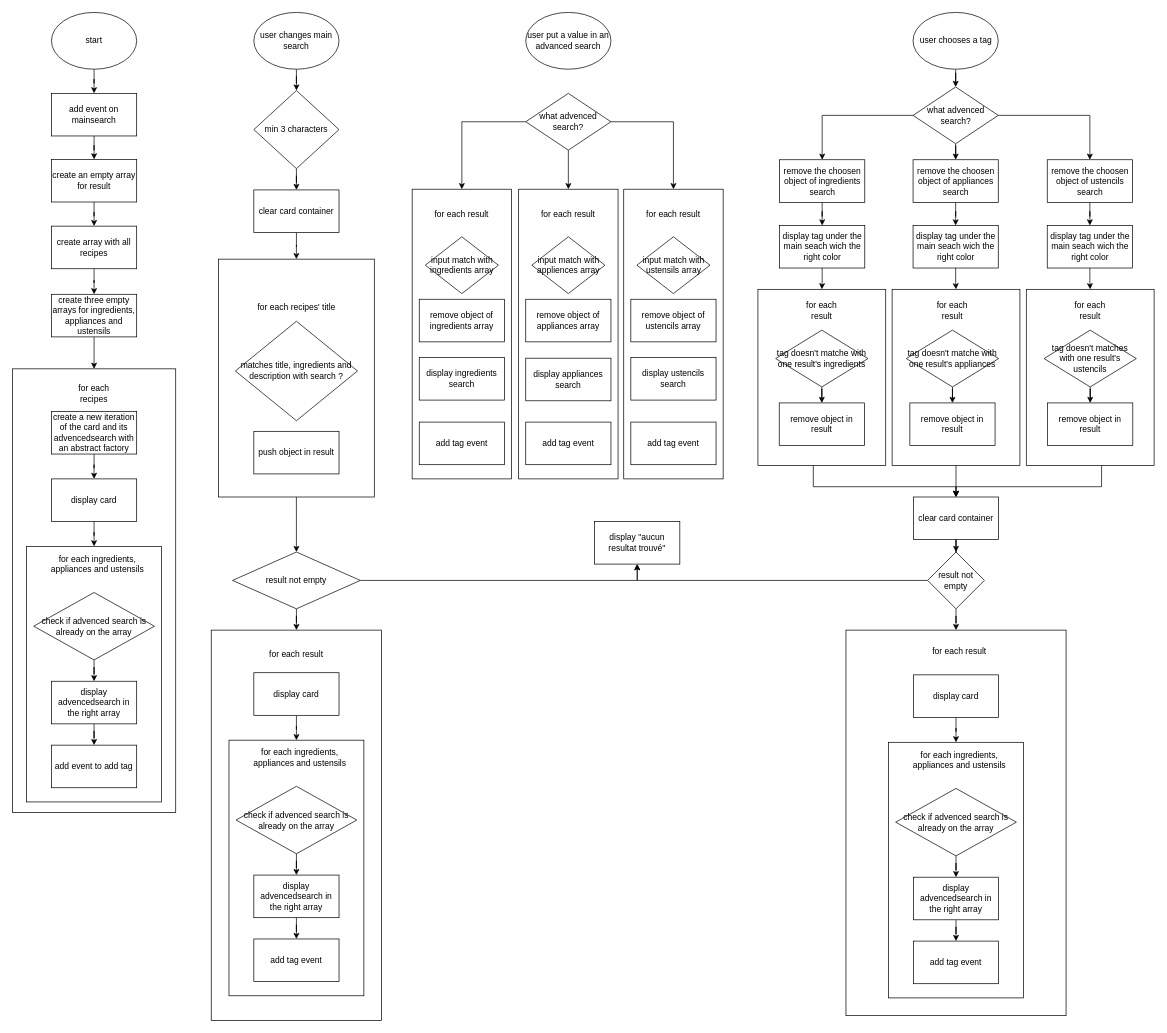
Earlier version of the draw.io diagram algorigramme programmation fonctionnelle.drawio (madelineGrammatico/Les_Petits_Plats). Source tidied: cells renumbered, new cells numbered last; positions are measured from the earlier drawing's top-left corner, leaving out a move shared by most shapes. Both pictures are drawn from the tidied source at 71%, with x=0, y=0 at pixel (12, 12).
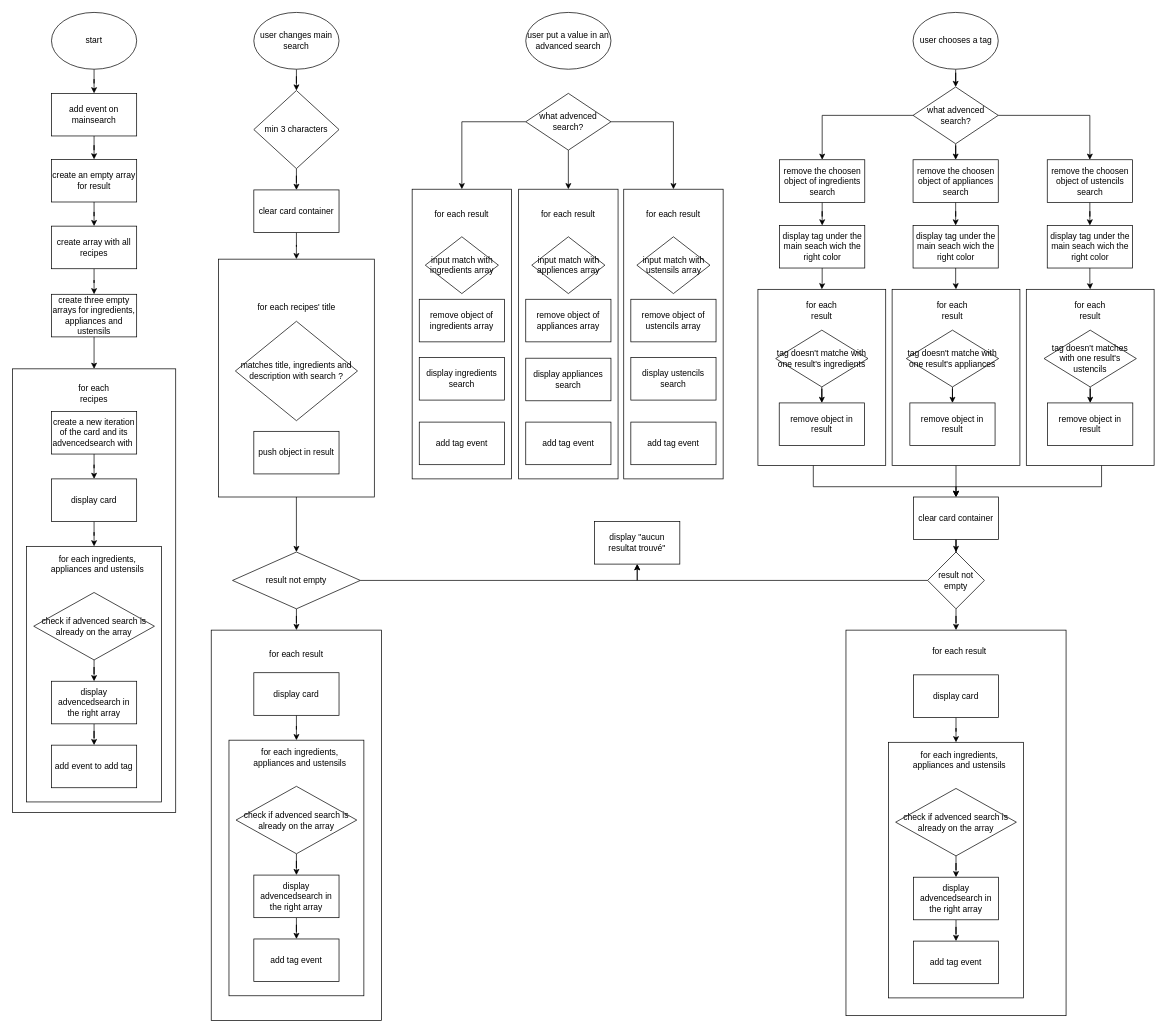
The same diagram, later.

Commit message:
Mettre à jour algorigramme programmation fonctionnelle.drawio

The edit, as a diff of the source:
```diff
@@
-    <mxCell id="12" value="create a new iteration of the card and its advencedsearch with an abstract factory " style="rounded=0;whiteSpace=wrap;html=1;" parent="1" vertex="1">
+    <mxCell id="12" value="create a new iteration of the card and its advencedsearch with&amp;nbsp; " style="rounded=0;whiteSpace=wrap;html=1;" parent="1" vertex="1">
       <mxGeometry x="55" y="562" width="120" height="60" as="geometry" />
     </mxCell>
```
